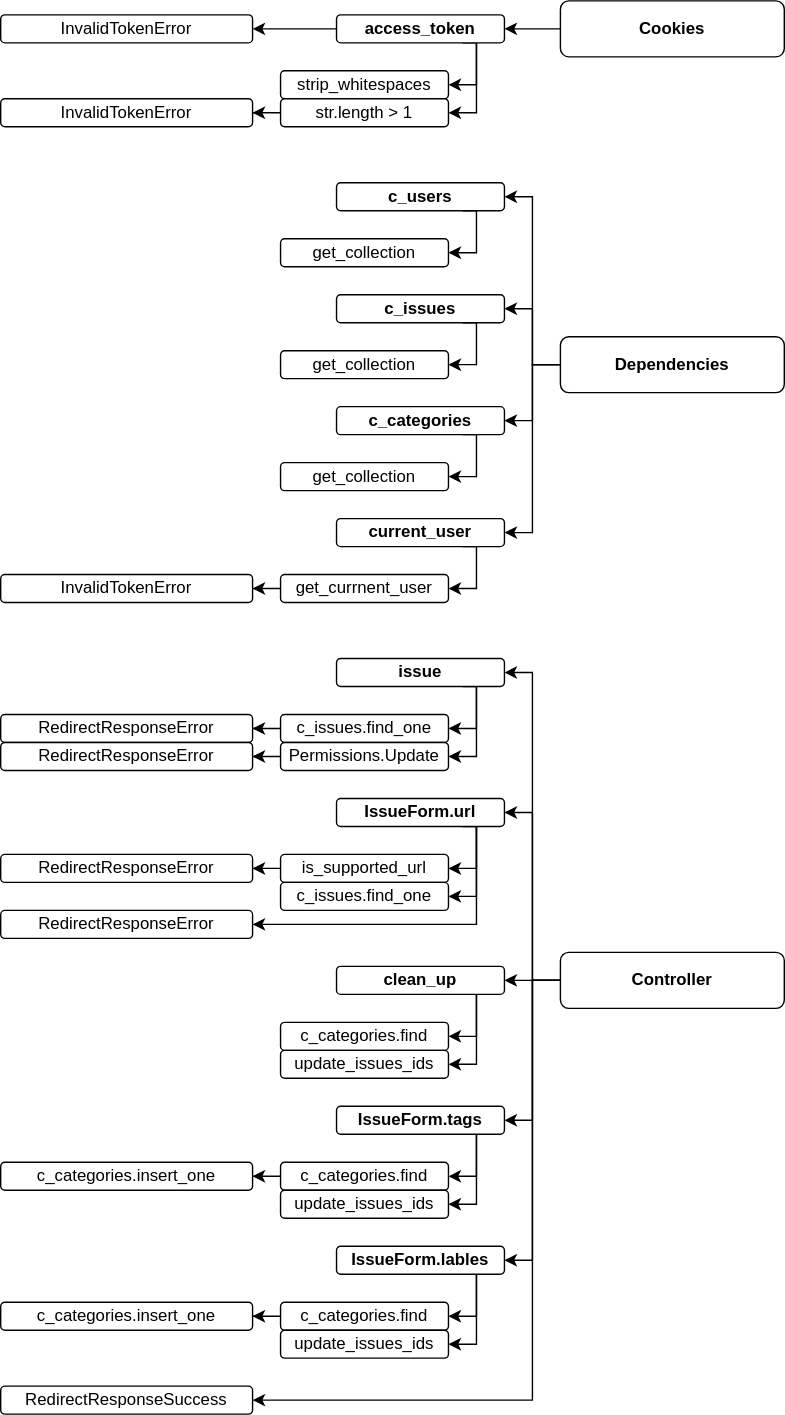
Earlier version of the draw.io export contributors/issues/update/post/Diagram-Controller.drawio.svg (ames0k0/Ticket). Source tidied: cells renumbered, new cells last; positions are measured from the earlier drawing's top-left corner, leaving out a move shared by most shapes.
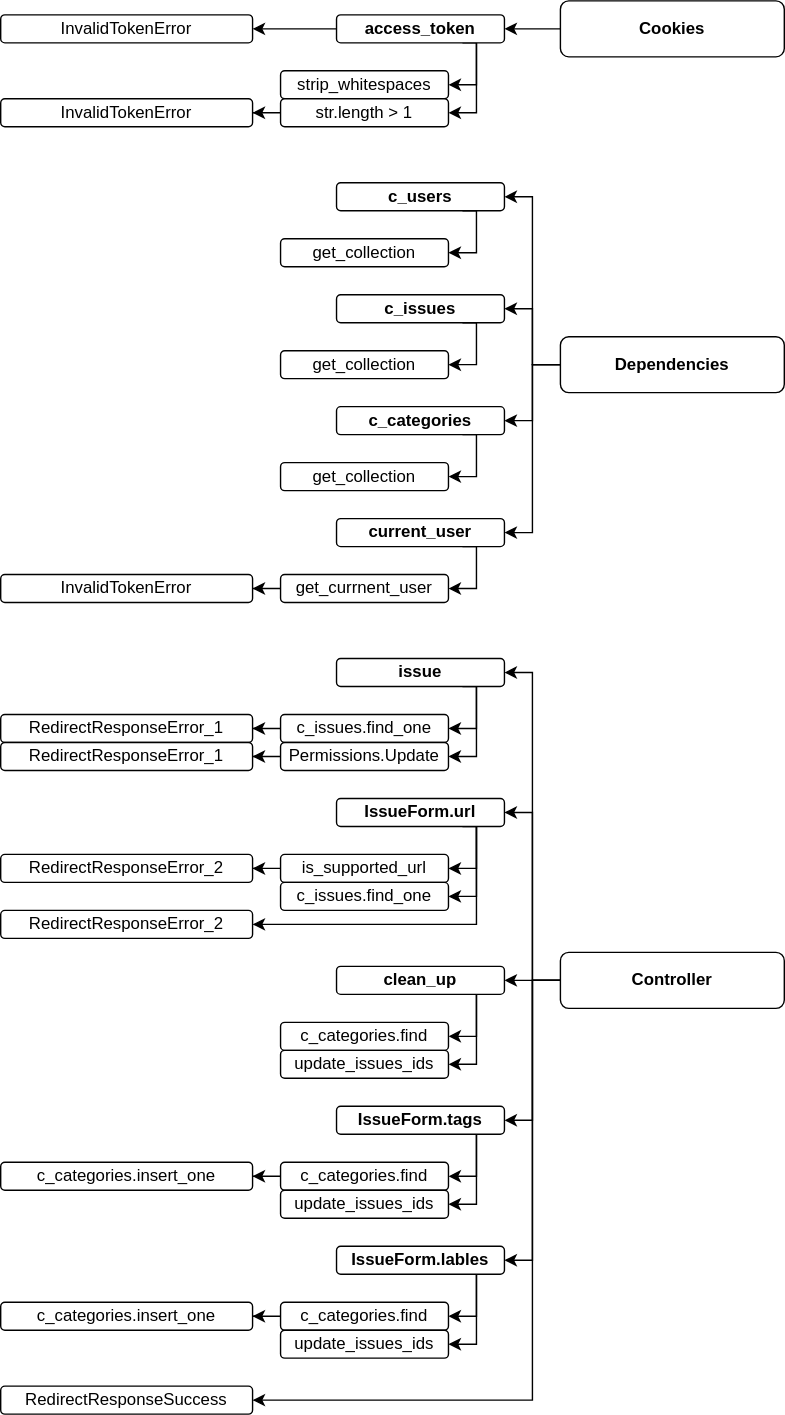
Later version of the same file.

Diff of the diagram source:
```diff
@@ -175,7 +175,7 @@
     <mxCell id="43" value="c_issues.find_one" style="rounded=1;whiteSpace=wrap;html=1;" parent="1" vertex="1">
       <mxGeometry x="200" y="510" width="120" height="20" as="geometry" />
     </mxCell>
-    <mxCell id="44" value="RedirectResponseError" style="rounded=1;whiteSpace=wrap;html=1;" parent="1" vertex="1">
+    <mxCell id="44" value="RedirectResponseError_1" style="rounded=1;whiteSpace=wrap;html=1;" parent="1" vertex="1">
       <mxGeometry y="510" width="180" height="20" as="geometry" />
     </mxCell>
     <mxCell id="45" style="edgeStyle=orthogonalEdgeStyle;rounded=0;jettySize=auto;html=1;" parent="1" edge="1" source="46" target="47">
@@ -184,7 +184,7 @@
     <mxCell id="46" value="Permissions.Update" style="rounded=1;whiteSpace=wrap;html=1;" parent="1" vertex="1">
       <mxGeometry x="200" y="530" width="120" height="20" as="geometry" />
     </mxCell>
-    <mxCell id="47" value="RedirectResponseError" style="rounded=1;whiteSpace=wrap;html=1;" parent="1" vertex="1">
+    <mxCell id="47" value="RedirectResponseError_1" style="rounded=1;whiteSpace=wrap;html=1;" parent="1" vertex="1">
       <mxGeometry y="530" width="180" height="20" as="geometry" />
     </mxCell>
     <mxCell id="48" style="edgeStyle=orthogonalEdgeStyle;rounded=0;jettySize=auto;html=1;entryX=1;entryY=0.5;entryDx=0;entryDy=0;exitX=0.75;exitY=1;exitDx=0;exitDy=0;" parent="1" edge="1" source="51" target="53">
@@ -217,13 +217,13 @@
     <mxCell id="53" value="is_supported_url" style="rounded=1;whiteSpace=wrap;html=1;" parent="1" vertex="1">
       <mxGeometry x="200" y="610" width="120" height="20" as="geometry" />
     </mxCell>
-    <mxCell id="54" value="RedirectResponseError" style="rounded=1;whiteSpace=wrap;html=1;" parent="1" vertex="1">
+    <mxCell id="54" value="RedirectResponseError_2" style="rounded=1;whiteSpace=wrap;html=1;" parent="1" vertex="1">
       <mxGeometry y="610" width="180" height="20" as="geometry" />
     </mxCell>
     <mxCell id="55" value="c_issues.find_one" style="rounded=1;whiteSpace=wrap;html=1;" parent="1" vertex="1">
       <mxGeometry x="200" y="630" width="120" height="20" as="geometry" />
     </mxCell>
-    <mxCell id="56" value="RedirectResponseError" style="rounded=1;whiteSpace=wrap;html=1;" parent="1" vertex="1">
+    <mxCell id="56" value="RedirectResponseError_2" style="rounded=1;whiteSpace=wrap;html=1;" parent="1" vertex="1">
       <mxGeometry y="650" width="180" height="20" as="geometry" />
     </mxCell>
     <mxCell id="57" style="edgeStyle=orthogonalEdgeStyle;rounded=0;jettySize=auto;html=1;entryX=1;entryY=0.5;entryDx=0;entryDy=0;" parent="1" edge="1" source="59" target="60">
```
